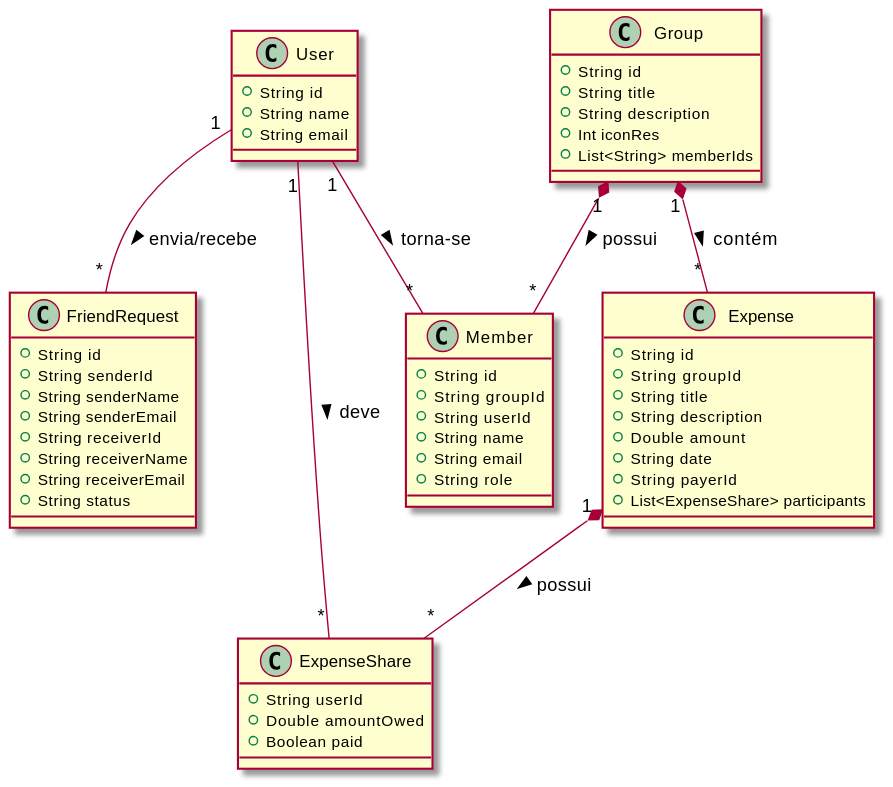
Earlier version of the PlantUML export teste.svg (DavidMarquesss/Divideai). Its diagram source:
```plantuml
@startuml
class User {
    + String id
    + String name
    + String email
}

class Group {
    + String id
    + String title
    + String description
    + Int iconRes
    + List<String> memberIds
}

class Member {
    + String id
    + String groupId
    + String userId
    + String name
    + String email
    + String role
}

class Expense {
    + String id
    + String groupId
    + String title
    + String description
    + Double amount
    + String date
    + String payerId
    + List<ExpenseShare> participants
}

class ExpenseShare {
    + String userId
    + Double amountOwed
    + Boolean paid
}

class FriendRequest {
    + String id
    + String senderId
    + String senderName
    + String senderEmail
    + String receiverId
    + String receiverName
    + String receiverEmail
    + String status
}

User "1" -- "*" Member : torna-se >
Group "1" *-- "*" Member : possui >
Group "1" *-- "*" Expense : contém >
Expense "1" *-- "*" ExpenseShare : possui >
User "1" -- "*" ExpenseShare : deve >
User "1" -- "*" FriendRequest : envia/recebe >

@enduml
```
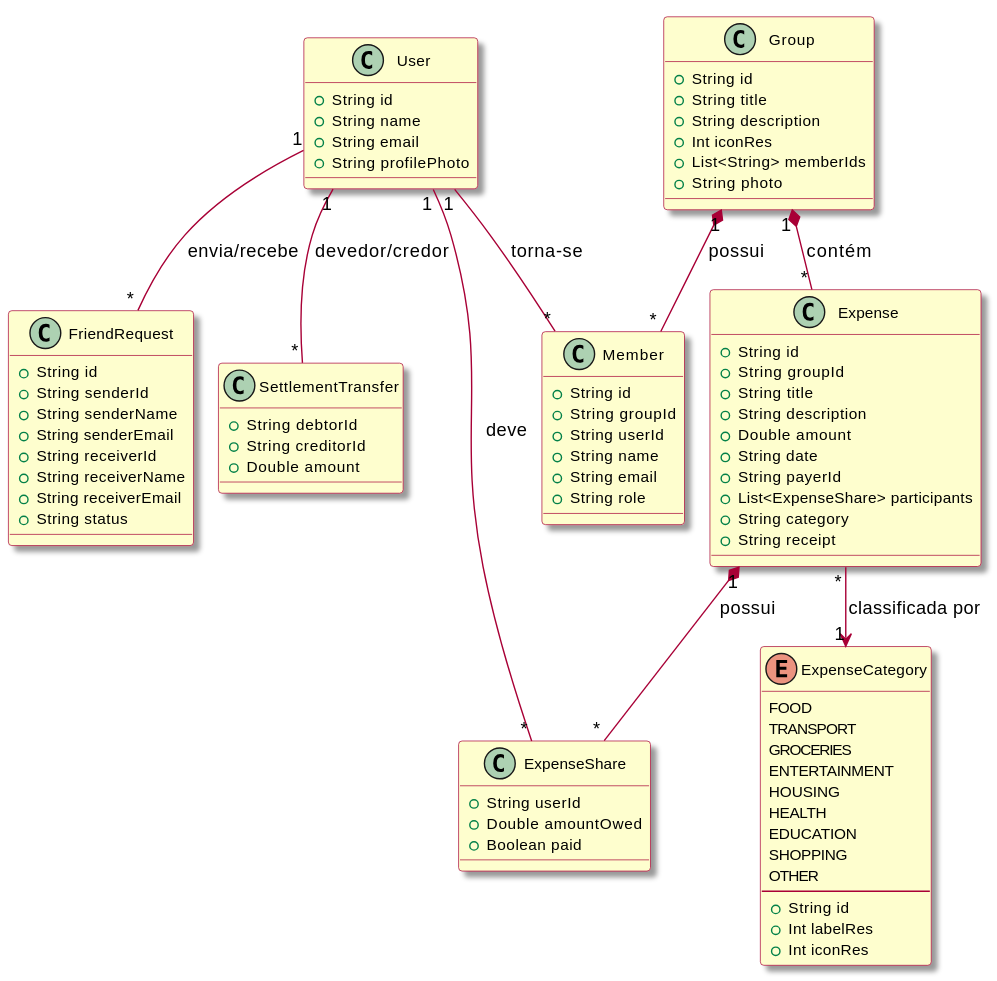
After the commit.

Change to the diagram source:
```diff
@@ -1,8 +1,27 @@
 @startuml
+!pragma layout smetana
+
+skinparam backgroundColor transparent
+skinparam shadowing true
+skinparam classFontSize 12
+skinparam classAttributeFontSize 11
+skinparam class {
+    BackgroundColor #FEFECE
+    BorderColor #A80036
+    ArrowColor #A80036
+    AttributeIconColor #038048
+    StereotypeFontColor #A80036
+}
+skinparam enum {
+    BackgroundColor #FEFECE
+    BorderColor #A80036
+}
+
 class User {
     + String id
     + String name
     + String email
+    + String profilePhoto
 }
 
 class Group {
@@ -11,6 +30,7 @@
     + String description
     + Int iconRes
     + List<String> memberIds
+    + String photo
 }
 
 class Member {
@@ -31,6 +51,8 @@
     + String date
     + String payerId
     + List<ExpenseShare> participants
+    + String category
+    + String receipt
 }
 
 class ExpenseShare {
@@ -50,11 +72,34 @@
     + String status
 }
 
+enum ExpenseCategory {
+    FOOD
+    TRANSPORT
+    GROCERIES
+    ENTERTAINMENT
+    HOUSING
+    HEALTH
+    EDUCATION
+    SHOPPING
+    OTHER
+    --
+    + String id
+    + Int labelRes
+    + Int iconRes
+}
+
+class SettlementTransfer {
+    + String debtorId
+    + String creditorId
+    + Double amount
+}
+
 User "1" -- "*" Member : torna-se >
 Group "1" *-- "*" Member : possui >
 Group "1" *-- "*" Expense : contém >
 Expense "1" *-- "*" ExpenseShare : possui >
 User "1" -- "*" ExpenseShare : deve >
 User "1" -- "*" FriendRequest : envia/recebe >
-
+Expense "*" --> "1" ExpenseCategory : classificada por >
+User "1" -- "*" SettlementTransfer : devedor/credor >
 @enduml
```
